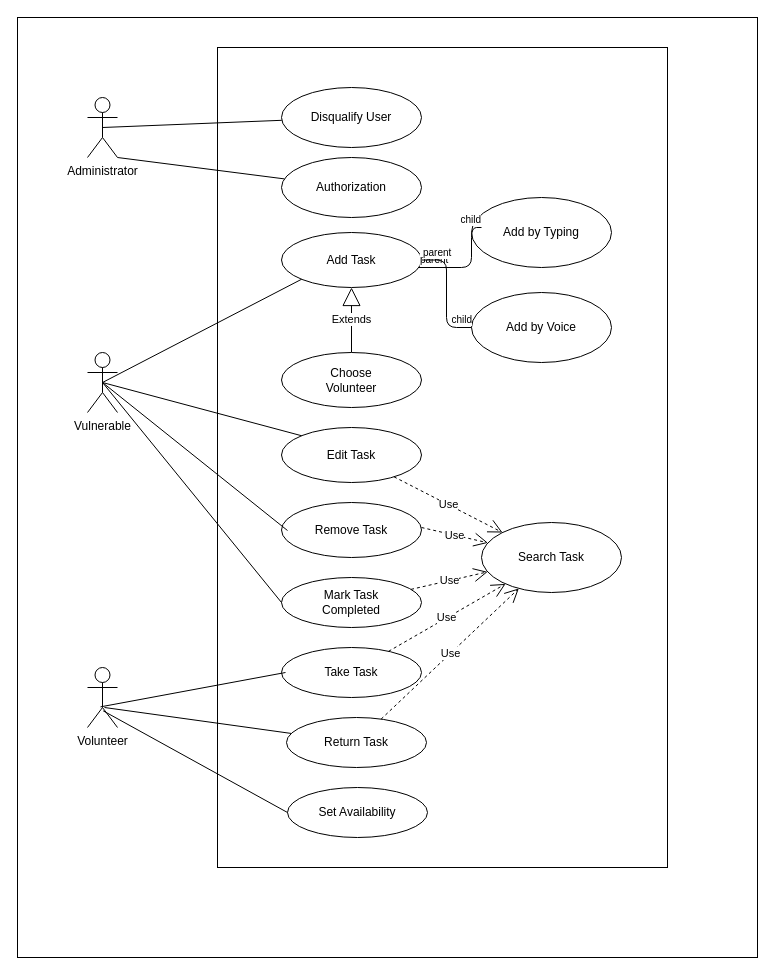
This is UseCases/use_case_nath.drawio from YourTechAngels/YTA-docs, a draw.io file, before an edit. Source tidied: cells renumbered, new cells numbered last; positions are measured from the earlier drawing's top-left corner, leaving out a move shared by most shapes. Both pictures are drawn from the tidied source at 100%, with x=0, y=0 at pixel (17, 17).
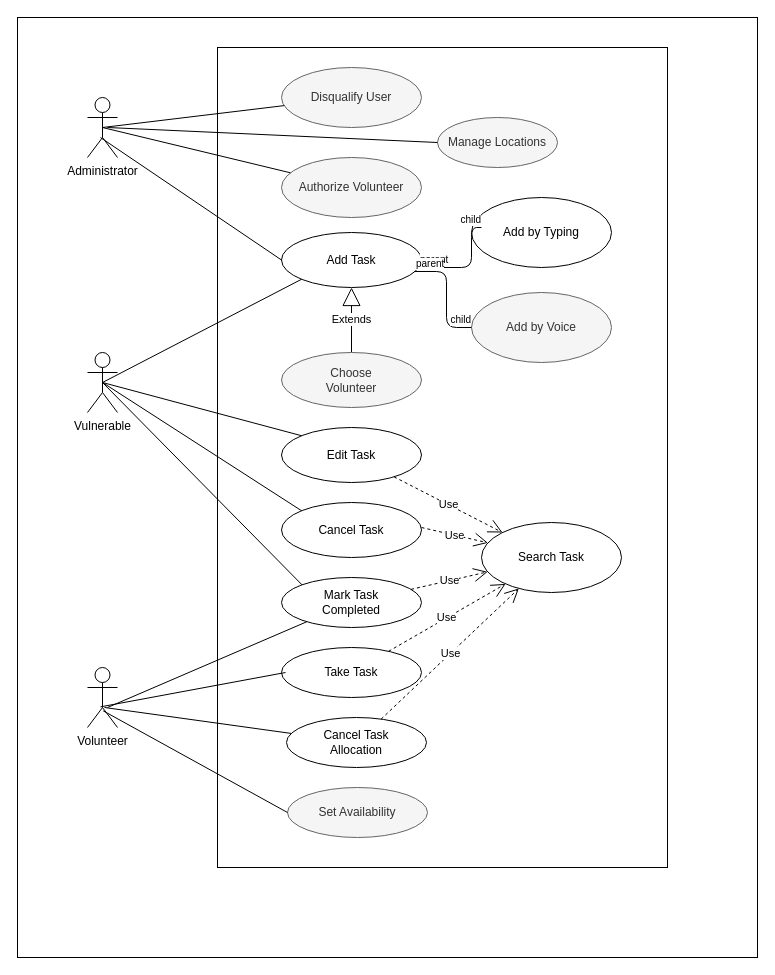
Above is the later version.

Unchanged cells that the change refers to:
```xml
<mxCell id="5" value="Add Task" style="ellipse;whiteSpace=wrap;html=1;" parent="1" vertex="1">
  <mxGeometry x="264" y="215" width="140" height="55" as="geometry" />
</mxCell>
<mxCell id="18" value="Mark Task &lt;br&gt;Completed" style="ellipse;whiteSpace=wrap;html=1;" parent="1" vertex="1">
  <mxGeometry x="264" y="560" width="140" height="50" as="geometry" />
</mxCell>
<mxCell id="29" value="Administrator" style="shape=umlActor;verticalLabelPosition=bottom;labelBackgroundColor=#ffffff;verticalAlign=top;html=1;" parent="1" vertex="1">
  <mxGeometry x="70" y="80" width="30" height="60" as="geometry" />
</mxCell>
<mxCell id="30" value="Vulnerable" style="shape=umlActor;verticalLabelPosition=bottom;labelBackgroundColor=#ffffff;verticalAlign=top;html=1;" parent="1" vertex="1">
  <mxGeometry x="70" y="335" width="30" height="60" as="geometry" />
</mxCell>
```

Diff of the diagram source:
```diff
@@
-    <mxCell id="4" value="Authorization" style="ellipse;whiteSpace=wrap;html=1;" parent="1" vertex="1">
+    <mxCell id="4" value="Authorize Volunteer" style="ellipse;whiteSpace=wrap;html=1;fillColor=#f5f5f5;strokeColor=#666666;fontColor=#333333;" parent="1" vertex="1">
       <mxGeometry x="264" y="140" width="140" height="60" as="geometry" />
     </mxCell>
@@
-    <mxCell id="7" value="Add by Voice" style="ellipse;whiteSpace=wrap;html=1;" parent="1" vertex="1">
+    <mxCell id="7" value="Add by Voice" style="ellipse;whiteSpace=wrap;html=1;fillColor=#f5f5f5;strokeColor=#666666;fontColor=#333333;" parent="1" vertex="1">
       <mxGeometry x="454" y="275" width="140" height="70" as="geometry" />
     </mxCell>
@@
-    <mxCell id="11" style="endArrow=none;html=1;edgeStyle=orthogonalEdgeStyle;entryX=0;entryY=0.5;entryDx=0;entryDy=0;" parent="1" edge="1" source="5" target="7">
+    <mxCell id="11" style="endArrow=none;html=1;edgeStyle=orthogonalEdgeStyle;entryX=0;entryY=0.5;entryDx=0;entryDy=0;exitX=0.95;exitY=0.709;exitDx=0;exitDy=0;exitPerimeter=0;" parent="1" edge="1" source="5" target="7">
       <mxGeometry relative="1" as="geometry" />
     </mxCell>
@@
-    <mxCell id="15" value="Choose &lt;br&gt;Volunteer" style="ellipse;whiteSpace=wrap;html=1;direction=west;" parent="1" vertex="1">
+    <mxCell id="15" value="Choose &lt;br&gt;Volunteer" style="ellipse;whiteSpace=wrap;html=1;direction=west;fillColor=#f5f5f5;strokeColor=#666666;fontColor=#333333;" parent="1" vertex="1">
       <mxGeometry x="264" y="335" width="140" height="55" as="geometry" />
     </mxCell>
@@
-    <mxCell id="17" value="Remove Task" style="ellipse;whiteSpace=wrap;html=1;" parent="1" vertex="1">
+    <mxCell id="17" value="Cancel Task" style="ellipse;whiteSpace=wrap;html=1;" parent="1" vertex="1">
       <mxGeometry x="264" y="485" width="140" height="55" as="geometry" />
     </mxCell>
@@
-    <mxCell id="24" value="Return Task" style="ellipse;whiteSpace=wrap;html=1;" parent="1" vertex="1">
+    <mxCell id="24" value="&lt;div&gt;Cancel Task&lt;/div&gt;&lt;div&gt;Allocation&lt;br&gt;&lt;/div&gt;" style="ellipse;whiteSpace=wrap;html=1;" parent="1" vertex="1">
       <mxGeometry x="269" y="700" width="140" height="50" as="geometry" />
     </mxCell>
@@
-    <mxCell id="27" value="Disqualify User" style="ellipse;whiteSpace=wrap;html=1;" parent="1" vertex="1">
-      <mxGeometry x="264" y="70" width="140" height="60" as="geometry" />
+    <mxCell id="27" value="Disqualify User" style="ellipse;whiteSpace=wrap;html=1;fillColor=#f5f5f5;strokeColor=#666666;fontColor=#333333;" parent="1" vertex="1">
+      <mxGeometry x="264" y="50" width="140" height="60" as="geometry" />
     </mxCell>
-    <mxCell id="28" value="Set Availability" style="ellipse;whiteSpace=wrap;html=1;" parent="1" vertex="1">
+    <mxCell id="28" value="Set Availability" style="ellipse;whiteSpace=wrap;html=1;fillColor=#f5f5f5;strokeColor=#666666;fontColor=#333333;" parent="1" vertex="1">
       <mxGeometry x="270" y="770" width="140" height="50" as="geometry" />
     </mxCell>
@@
-    <mxCell id="33" style="endArrow=none;html=1;entryX=1;entryY=1;entryDx=0;entryDy=0;entryPerimeter=0;" parent="1" edge="1" source="4" target="29">
+    <mxCell id="33" style="endArrow=none;html=1;entryX=0.5;entryY=0.5;entryDx=0;entryDy=0;entryPerimeter=0;" parent="1" edge="1" source="4" target="29">
       <mxGeometry relative="1" as="geometry" />
     </mxCell>
@@
-    <mxCell id="36" style="endArrow=none;html=1;entryX=0.5;entryY=0.5;entryDx=0;entryDy=0;entryPerimeter=0;" parent="1" edge="1" target="30">
-      <mxGeometry relative="1" as="geometry">
-        <mxPoint x="270" y="513" as="sourcePoint" />
-      </mxGeometry>
+    <mxCell id="36" style="endArrow=none;html=1;entryX=0.5;entryY=0.5;entryDx=0;entryDy=0;entryPerimeter=0;exitX=0;exitY=0;exitDx=0;exitDy=0;" parent="1" edge="1" source="17" target="30">
+      <mxGeometry relative="1" as="geometry" />
     </mxCell>
-    <mxCell id="37" style="endArrow=none;html=1;entryX=0.5;entryY=0.5;entryDx=0;entryDy=0;entryPerimeter=0;exitX=0;exitY=0.5;exitDx=0;exitDy=0;" parent="1" edge="1" source="18" target="30">
+    <mxCell id="37" style="endArrow=none;html=1;entryX=0.5;entryY=0.5;entryDx=0;entryDy=0;entryPerimeter=0;exitX=0;exitY=0;exitDx=0;exitDy=0;" parent="1" edge="1" source="18" target="30">
       <mxGeometry relative="1" as="geometry" />
     </mxCell>
@@
+    <mxCell id="41" style="endArrow=none;html=1;exitX=0;exitY=0.5;exitDx=0;exitDy=0;entryX=0.433;entryY=0.667;entryDx=0;entryDy=0;entryPerimeter=0;" parent="1" edge="1" source="5" target="29">
+      <mxGeometry relative="1" as="geometry" />
+    </mxCell>
+    <mxCell id="42" style="endArrow=none;html=1;" parent="1" edge="1" target="18">
+      <mxGeometry relative="1" as="geometry">
+        <mxPoint x="90" y="690" as="sourcePoint" />
+      </mxGeometry>
+    </mxCell>
+    <mxCell id="43" value="Manage Locations" style="ellipse;whiteSpace=wrap;html=1;fillColor=#f5f5f5;strokeColor=#666666;fontColor=#333333;" parent="1" vertex="1">
+      <mxGeometry x="420" y="100" width="120" height="50" as="geometry" />
+    </mxCell>
+    <mxCell id="44" style="endArrow=none;html=1;entryX=0;entryY=0.5;entryDx=0;entryDy=0;" parent="1" edge="1" target="43">
+      <mxGeometry relative="1" as="geometry">
+        <mxPoint x="90" y="110" as="sourcePoint" />
+      </mxGeometry>
+    </mxCell>
```
